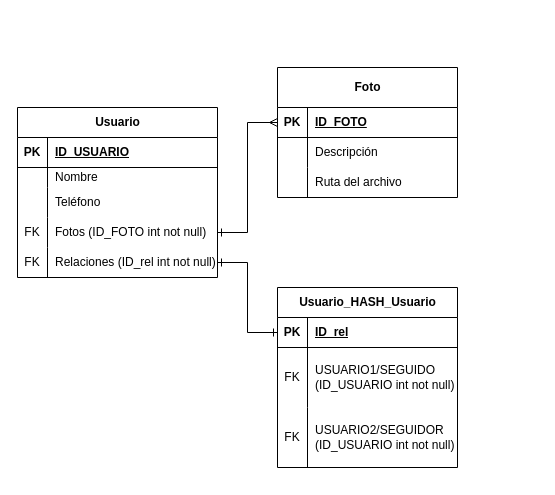
Before: Semana3/Base de datos/Diagrama sin título.drawio in dAHli1909/CursoWeb2023, a draw.io diagram. Source tidied: cells renumbered, new cells numbered last; positions are measured from the earlier drawing's top-left corner, leaving out a move shared by most shapes. Both pictures are drawn from the tidied source at 100%, with x=0, y=0 at pixel (17, 67).
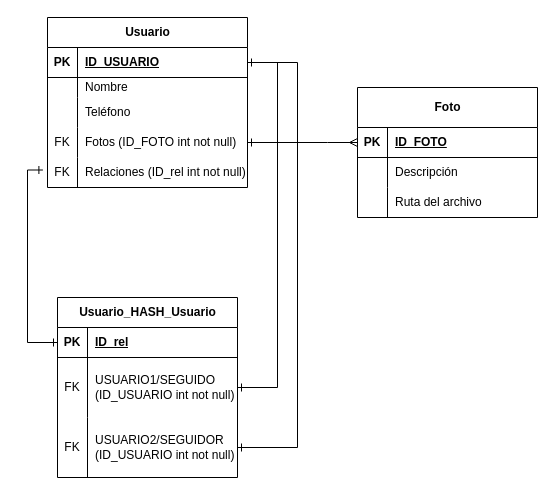
Above is the later version.

Unchanged cells that the change refers to:
```xml
<mxCell id="3" style="shape=tableRow;horizontal=0;startSize=0;swimlaneHead=0;swimlaneBody=0;fillColor=none;points=[[0,0.5],[1,0.5]];portConstraint=eastwest;top=0;left=0;right=0;bottom=1;" parent="2" vertex="1">
  <mxGeometry y="30" width="200" height="30" as="geometry" />
</mxCell>
<mxCell id="15" style="shape=tableRow;horizontal=0;startSize=0;swimlaneHead=0;swimlaneBody=0;fillColor=none;points=[[0,0.5],[1,0.5]];portConstraint=eastwest;top=0;left=0;right=0;bottom=0;" parent="2" vertex="1">
  <mxGeometry y="140" width="200" height="30" as="geometry" />
</mxCell>
<mxCell id="29" style="shape=tableRow;horizontal=0;startSize=0;swimlaneHead=0;swimlaneBody=0;fillColor=none;points=[[0,0.5],[1,0.5]];portConstraint=eastwest;top=0;left=0;right=0;bottom=1;" parent="28" vertex="1">
  <mxGeometry y="30" width="180" height="30" as="geometry" />
</mxCell>
<mxCell id="32" style="shape=tableRow;horizontal=0;startSize=0;swimlaneHead=0;swimlaneBody=0;fillColor=none;points=[[0,0.5],[1,0.5]];portConstraint=eastwest;top=0;left=0;right=0;bottom=0;" parent="28" vertex="1">
  <mxGeometry y="60" width="180" height="60" as="geometry" />
</mxCell>
<mxCell id="35" style="shape=tableRow;horizontal=0;startSize=0;swimlaneHead=0;swimlaneBody=0;fillColor=none;points=[[0,0.5],[1,0.5]];portConstraint=eastwest;top=0;left=0;right=0;bottom=0;" parent="28" vertex="1">
  <mxGeometry y="120" width="180" height="60" as="geometry" />
</mxCell>
```

Change to the diagram source:
```diff
@@
     <mxCell id="2" value="Usuario" style="shape=table;startSize=30;childLayout=tableLayout;rowLines=0;fontStyle=1;align=center;html=1;" parent="1" vertex="1">
-      <mxGeometry y="40" width="200" height="170" as="geometry" />
+      <mxGeometry x="30" y="-50" width="200" height="170" as="geometry" />
     </mxCell>
@@
     <mxCell id="18" value="Foto" style="shape=table;startSize=40;childLayout=tableLayout;rowLines=0;fontStyle=1;align=center;html=1;" parent="1" vertex="1">
-      <mxGeometry x="260" width="180" height="130" as="geometry" />
+      <mxGeometry x="340" y="20" width="180" height="130" as="geometry" />
     </mxCell>
@@
     <mxCell id="28" value="Usuario_HASH_Usuario" style="shape=table;startSize=30;childLayout=tableLayout;rowLines=0;fontStyle=1;align=center;html=1;" parent="1" vertex="1">
-      <mxGeometry x="260" y="220" width="180" height="180" as="geometry" />
+      <mxGeometry x="40" y="230" width="180" height="180" as="geometry" />
     </mxCell>
@@
-    <mxCell id="39" style="edgeStyle=entityRelationEdgeStyle;fontSize=12;html=1;endArrow=ERone;rounded=0;startArrow=ERone;startFill=0;endFill=0;exitX=0;exitY=0.5;exitDx=0;exitDy=0;" parent="1" edge="1" source="29" target="15">
-      <mxGeometry relative="1" as="geometry" />
+    <mxCell id="39" style="edgeStyle=orthogonalEdgeStyle;fontSize=12;html=1;endArrow=ERone;startArrow=ERone;rounded=0;entryX=-0.023;entryY=0.417;entryDx=0;entryDy=0;entryPerimeter=0;startFill=0;endFill=0;" parent="1" edge="1" source="29" target="15">
+      <mxGeometry relative="1" as="geometry">
+        <Array as="points">
+          <mxPoint x="10" y="275" />
+          <mxPoint x="10" y="103" />
+        </Array>
+      </mxGeometry>
     </mxCell>
+    <mxCell id="40" style="edgeStyle=entityRelationEdgeStyle;fontSize=12;html=1;endArrow=ERone;endFill=1;rounded=0;entryX=1;entryY=0.5;entryDx=0;entryDy=0;strokeColor=default;anchorPointDirection=0;startArrow=ERone;startFill=0;" parent="1" edge="1" source="3" target="32">
+      <mxGeometry relative="1" as="geometry" />
+    </mxCell>
+    <mxCell id="41" style="edgeStyle=entityRelationEdgeStyle;fontSize=12;html=1;endArrow=ERone;endFill=1;rounded=0;" parent="1" edge="1" target="35">
+      <mxGeometry relative="1" as="geometry">
+        <mxPoint x="250" y="-5" as="sourcePoint" />
+      </mxGeometry>
+    </mxCell>
```
